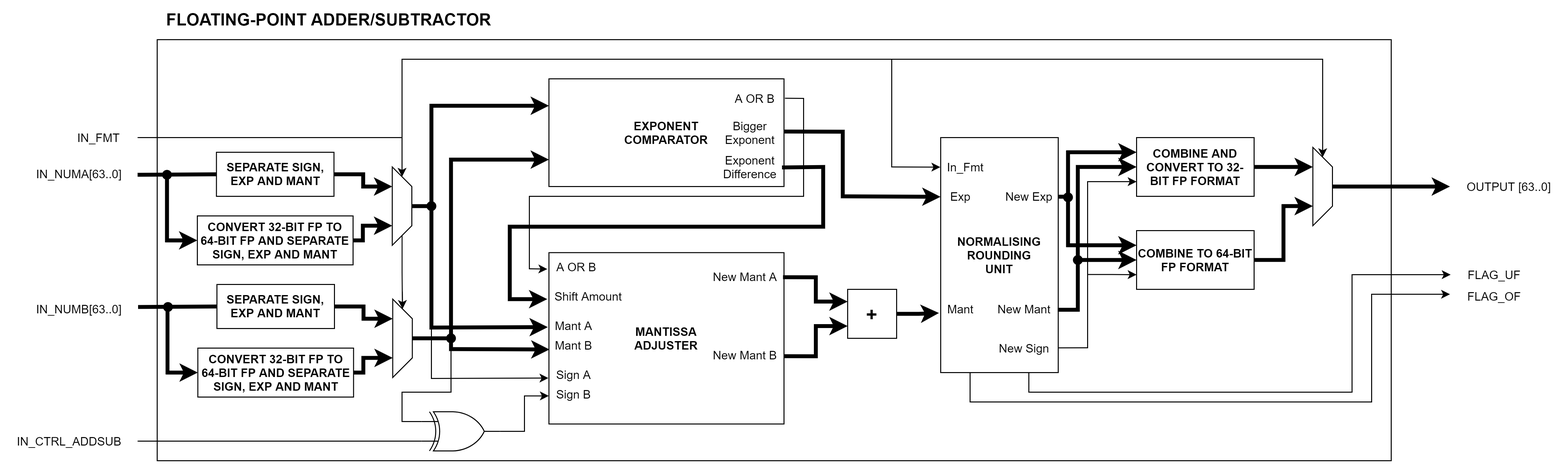
Earlier version of the draw.io export Diagrams/PNG_Format/FP_Unit/Floating-point-FP-Add-Sub.drawio.png (hohaicongthuan/Project-2). Source tidied: cells renumbered, new cells last; positions are measured from the earlier drawing's top-left corner, leaving out a move shared by most shapes.
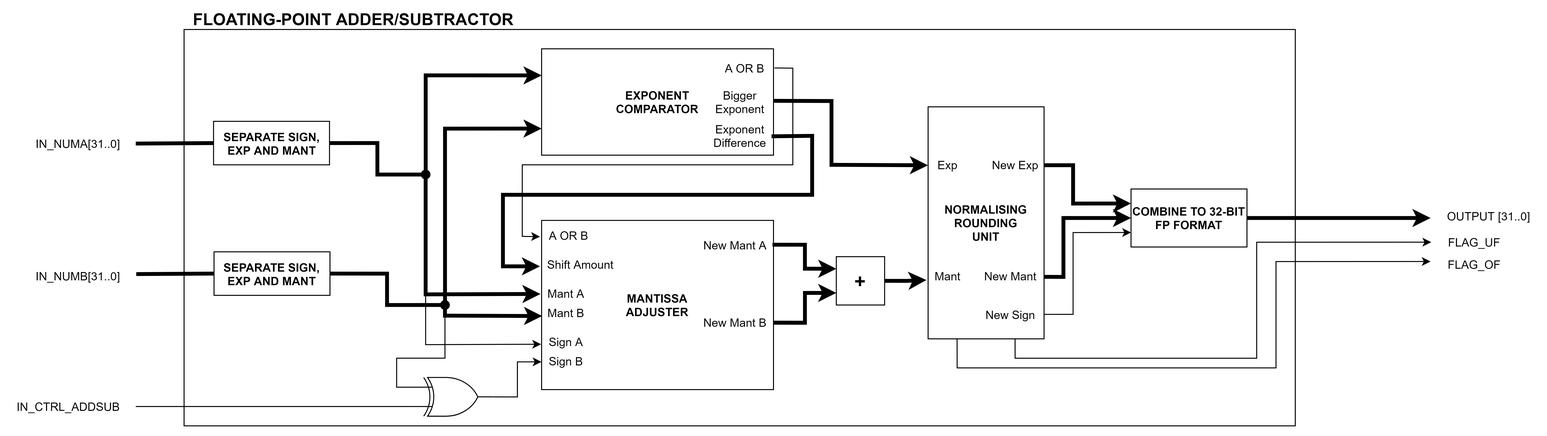
Above is the later version.

The edit, as a diff of the source:
```diff
@@ -3,52 +3,21 @@
     <mxCell id="0" />
     <mxCell id="1" parent="0" />
     <mxCell id="2" style="rounded=0;whiteSpace=wrap;html=1;fontSize=12;" parent="1" vertex="1">
-      <mxGeometry x="150" y="30" width="1260" height="430" as="geometry" />
+      <mxGeometry x="180" y="50" width="1150" height="410" as="geometry" />
     </mxCell>
     <mxCell id="3" value="&lt;font style=&quot;font-size: 17px&quot;&gt;&lt;b&gt;FLOATING-POINT ADDER/SUBTRACTOR&lt;/b&gt;&lt;/font&gt;" style="text;html=1;align=center;verticalAlign=middle;strokeColor=none;fillColor=none;" parent="1" vertex="1">
-      <mxGeometry x="150" width="350" height="20" as="geometry" />
+      <mxGeometry x="180" y="30" width="350" height="20" as="geometry" />
     </mxCell>
-    <mxCell id="4" style="endArrow=classic;html=1;rounded=0;edgeStyle=orthogonalEdgeStyle;strokeWidth=4;entryX=0.25;entryY=1;entryDx=0;entryDy=0;startArrow=none;" parent="1" edge="1" source="16" target="8">
-      <mxGeometry relative="1" as="geometry" />
-    </mxCell>
-    <mxCell id="5" style="edgeStyle=orthogonalEdgeStyle;rounded=0;jettySize=auto;html=1;exitX=0;exitY=0.5;exitDx=0;exitDy=0;strokeWidth=1;entryX=0;entryY=0.5;entryDx=0;entryDy=0;" parent="1" edge="1" target="8">
-      <mxGeometry relative="1" as="geometry">
-        <mxPoint x="130" y="130" as="sourcePoint" />
-      </mxGeometry>
-    </mxCell>
-    <mxCell id="6" style="edgeStyle=orthogonalEdgeStyle;rounded=0;jettySize=auto;html=1;exitX=1;exitY=0.5;exitDx=0;exitDy=0;entryX=0;entryY=0.5;entryDx=0;entryDy=0;" parent="1" edge="1" source="8" target="20">
-      <mxGeometry relative="1" as="geometry" />
-    </mxCell>
-    <mxCell id="7" style="edgeStyle=orthogonalEdgeStyle;rounded=0;jettySize=auto;html=1;exitX=0.5;exitY=0;exitDx=0;exitDy=0;entryX=0;entryY=0.25;entryDx=0;entryDy=0;strokeWidth=4;" parent="1" edge="1" source="8" target="12">
+    <mxCell id="7" style="edgeStyle=orthogonalEdgeStyle;rounded=0;jettySize=auto;html=1;exitX=1;exitY=0.5;exitDx=0;exitDy=0;entryX=0;entryY=0.25;entryDx=0;entryDy=0;strokeWidth=4;" parent="1" edge="1" source="16" target="12">
       <mxGeometry relative="1" as="geometry">
         <Array as="points">
+          <mxPoint x="380" y="168" />
+          <mxPoint x="380" y="200" />
           <mxPoint x="430" y="200" />
-          <mxPoint x="430" y="97" />
+          <mxPoint x="430" y="98" />
         </Array>
       </mxGeometry>
     </mxCell>
-    <mxCell id="8" style="shape=trapezoid;perimeter=trapezoidPerimeter;whiteSpace=wrap;html=1;fixedSize=1;direction=south;" parent="1" vertex="1">
-      <mxGeometry x="390" y="160" width="20" height="80" as="geometry" />
-    </mxCell>
-    <mxCell id="9" style="edgeStyle=orthogonalEdgeStyle;rounded=0;jettySize=auto;html=1;exitX=1;exitY=0.5;exitDx=0;exitDy=0;entryX=0.75;entryY=1;entryDx=0;entryDy=0;strokeWidth=4;" parent="1" edge="1" source="11" target="8">
-      <mxGeometry relative="1" as="geometry">
-        <Array as="points">
-          <mxPoint x="360" y="235" />
-          <mxPoint x="360" y="220" />
-        </Array>
-      </mxGeometry>
-    </mxCell>
-    <mxCell id="10" style="edgeStyle=orthogonalEdgeStyle;rounded=0;jettySize=auto;html=1;strokeWidth=4;entryX=0;entryY=0.5;entryDx=0;entryDy=0;" parent="1" edge="1" target="11">
-      <mxGeometry relative="1" as="geometry">
-        <mxPoint x="160" y="168" as="sourcePoint" />
-        <Array as="points">
-          <mxPoint x="160" y="235" />
-        </Array>
-      </mxGeometry>
-    </mxCell>
-    <mxCell id="11" value="&lt;b&gt;CONVERT 32-BIT FP TO 64-BIT FP AND SEPARATE SIGN, EXP AND MANT&lt;/b&gt;" style="rounded=0;whiteSpace=wrap;html=1;" parent="1" vertex="1">
-      <mxGeometry x="191" y="210" width="159" height="50" as="geometry" />
-    </mxCell>
     <mxCell id="12" value="&lt;b&gt;EXPONENT&lt;br&gt;COMPARATOR&lt;/b&gt;" style="rounded=0;whiteSpace=wrap;html=1;" parent="1" vertex="1">
       <mxGeometry x="550" y="70" width="240" height="110" as="geometry" />
     </mxCell>
@@ -73,39 +42,16 @@
         </Array>
       </mxGeometry>
     </mxCell>
-    <mxCell id="18" style="endArrow=classic;html=1;rounded=0;edgeStyle=orthogonalEdgeStyle;strokeWidth=4;entryX=0.25;entryY=1;entryDx=0;entryDy=0;startArrow=none;" parent="1" edge="1" source="24" target="20">
-      <mxGeometry relative="1" as="geometry" />
-    </mxCell>
-    <mxCell id="19" style="edgeStyle=orthogonalEdgeStyle;rounded=0;jettySize=auto;html=1;exitX=0.5;exitY=0;exitDx=0;exitDy=0;entryX=0;entryY=0.75;entryDx=0;entryDy=0;strokeWidth=4;" parent="1" edge="1" source="20" target="12">
+    <mxCell id="19" style="edgeStyle=orthogonalEdgeStyle;rounded=0;jettySize=auto;html=1;exitX=1;exitY=0.5;exitDx=0;exitDy=0;entryX=0;entryY=0.75;entryDx=0;entryDy=0;strokeWidth=4;" parent="1" edge="1" source="24" target="12">
       <mxGeometry relative="1" as="geometry">
         <Array as="points">
+          <mxPoint x="390" y="303" />
+          <mxPoint x="390" y="335" />
           <mxPoint x="450" y="335" />
           <mxPoint x="450" y="153" />
         </Array>
       </mxGeometry>
     </mxCell>
-    <mxCell id="20" style="shape=trapezoid;perimeter=trapezoidPerimeter;whiteSpace=wrap;html=1;fixedSize=1;direction=south;" parent="1" vertex="1">
-      <mxGeometry x="390.5" y="295" width="20" height="80" as="geometry" />
-    </mxCell>
-    <mxCell id="21" style="edgeStyle=orthogonalEdgeStyle;rounded=0;jettySize=auto;html=1;exitX=1;exitY=0.5;exitDx=0;exitDy=0;entryX=0.75;entryY=1;entryDx=0;entryDy=0;strokeWidth=4;" parent="1" edge="1" source="23" target="20">
-      <mxGeometry relative="1" as="geometry">
-        <Array as="points">
-          <mxPoint x="360.5" y="370" />
-          <mxPoint x="360.5" y="355" />
-        </Array>
-      </mxGeometry>
-    </mxCell>
-    <mxCell id="22" style="edgeStyle=orthogonalEdgeStyle;rounded=0;jettySize=auto;html=1;strokeWidth=4;entryX=0;entryY=0.5;entryDx=0;entryDy=0;" parent="1" edge="1" target="23">
-      <mxGeometry relative="1" as="geometry">
-        <mxPoint x="160.5" y="303" as="sourcePoint" />
-        <Array as="points">
-          <mxPoint x="160.5" y="370" />
-        </Array>
-      </mxGeometry>
-    </mxCell>
-    <mxCell id="23" value="&lt;b&gt;CONVERT 32-BIT FP TO 64-BIT FP AND SEPARATE SIGN, EXP AND MANT&lt;/b&gt;" style="rounded=0;whiteSpace=wrap;html=1;" parent="1" vertex="1">
-      <mxGeometry x="191.5" y="345" width="159" height="50" as="geometry" />
-    </mxCell>
     <mxCell id="24" value="&lt;b&gt;SEPARATE SIGN, EXP AND MANT&lt;/b&gt;" style="rounded=0;whiteSpace=wrap;html=1;" parent="1" vertex="1">
       <mxGeometry x="211" y="280" width="120" height="45" as="geometry" />
     </mxCell>
@@ -205,8 +151,8 @@
         <mxPoint x="1470.7" y="270" as="targetPoint" />
         <Array as="points">
           <mxPoint x="1040" y="390" />
-          <mxPoint x="1370" y="390" />
-          <mxPoint x="1370" y="270" />
+          <mxPoint x="1290" y="390" />
+          <mxPoint x="1290" y="270" />
         </Array>
       </mxGeometry>
     </mxCell>
@@ -215,8 +161,8 @@
         <mxPoint x="1470" y="290" as="targetPoint" />
         <Array as="points">
           <mxPoint x="980" y="400" />
-          <mxPoint x="1390" y="400" />
-          <mxPoint x="1390" y="290" />
+          <mxPoint x="1310" y="400" />
+          <mxPoint x="1310" y="290" />
         </Array>
       </mxGeometry>
     </mxCell>
@@ -272,8 +218,8 @@
     <mxCell id="57" style="edgeStyle=orthogonalEdgeStyle;rounded=0;jettySize=auto;html=1;exitX=1.01;exitY=0.521;exitDx=0;exitDy=0;entryX=0;entryY=0.25;entryDx=0;entryDy=0;fontSize=12;endArrow=classic;endFill=1;strokeWidth=4;exitPerimeter=0;" parent="1" edge="1" source="46" target="61">
       <mxGeometry relative="1" as="geometry">
         <Array as="points">
-          <mxPoint x="1080" y="190" />
-          <mxPoint x="1080" y="145" />
+          <mxPoint x="1100" y="190" />
+          <mxPoint x="1100" y="230" />
         </Array>
       </mxGeometry>
     </mxCell>
@@ -281,7 +227,7 @@
       <mxGeometry relative="1" as="geometry">
         <Array as="points">
           <mxPoint x="1090" y="306" />
-          <mxPoint x="1090" y="160" />
+          <mxPoint x="1090" y="245" />
         </Array>
       </mxGeometry>
     </mxCell>
@@ -289,71 +235,29 @@
       <mxGeometry relative="1" as="geometry">
         <Array as="points">
           <mxPoint x="1100" y="345" />
-          <mxPoint x="1100" y="175" />
+          <mxPoint x="1100" y="260" />
         </Array>
       </mxGeometry>
     </mxCell>
-    <mxCell id="60" style="edgeStyle=orthogonalEdgeStyle;rounded=0;jettySize=auto;html=1;exitX=1;exitY=0.5;exitDx=0;exitDy=0;entryX=0.25;entryY=1;entryDx=0;entryDy=0;fontSize=12;endArrow=classic;endFill=1;strokeWidth=4;" parent="1" edge="1" source="61" target="69">
-      <mxGeometry relative="1" as="geometry" />
+    <mxCell id="60" style="edgeStyle=orthogonalEdgeStyle;rounded=0;jettySize=auto;html=1;exitX=1;exitY=0.5;exitDx=0;exitDy=0;fontSize=12;endArrow=classic;endFill=1;strokeWidth=4;" parent="1" edge="1" source="61">
+      <mxGeometry relative="1" as="geometry">
+        <mxPoint x="1470" y="245" as="targetPoint" />
+      </mxGeometry>
     </mxCell>
-    <mxCell id="61" value="&lt;b&gt;COMBINE AND CONVERT TO 32-BIT FP FORMAT&lt;/b&gt;" style="rounded=0;whiteSpace=wrap;html=1;fontSize=12;" parent="1" vertex="1">
-      <mxGeometry x="1150" y="130" width="120" height="60" as="geometry" />
+    <mxCell id="61" value="&lt;b&gt;COMBINE TO 32-BIT FP FORMAT&lt;/b&gt;" style="rounded=0;whiteSpace=wrap;html=1;fontSize=12;" parent="1" vertex="1">
+      <mxGeometry x="1160" y="215" width="120" height="60" as="geometry" />
     </mxCell>
-    <mxCell id="62" style="edgeStyle=orthogonalEdgeStyle;rounded=0;jettySize=auto;html=1;exitX=0;exitY=0.25;exitDx=0;exitDy=0;fontSize=12;endArrow=classic;endFill=1;strokeWidth=4;entryX=0;entryY=0.25;entryDx=0;entryDy=0;" parent="1" edge="1" target="66">
-      <mxGeometry relative="1" as="geometry">
-        <mxPoint x="1080" y="190" as="sourcePoint" />
-        <Array as="points">
-          <mxPoint x="1080" y="240" />
-        </Array>
-      </mxGeometry>
-    </mxCell>
-    <mxCell id="63" style="edgeStyle=orthogonalEdgeStyle;rounded=0;jettySize=auto;html=1;exitX=0;exitY=0.5;exitDx=0;exitDy=0;fontSize=12;endArrow=classic;endFill=1;strokeWidth=4;entryX=0;entryY=0.5;entryDx=0;entryDy=0;" parent="1" edge="1" target="66">
-      <mxGeometry relative="1" as="geometry">
-        <mxPoint x="1090" y="255" as="sourcePoint" />
-      </mxGeometry>
-    </mxCell>
-    <mxCell id="64" style="edgeStyle=orthogonalEdgeStyle;rounded=0;jettySize=auto;html=1;exitX=0;exitY=0.75;exitDx=0;exitDy=0;fontSize=12;endArrow=classic;endFill=1;strokeWidth=1;entryX=0;entryY=0.75;entryDx=0;entryDy=0;" parent="1" edge="1" target="66">
-      <mxGeometry relative="1" as="geometry">
-        <mxPoint x="1100" y="269.9" as="sourcePoint" />
-      </mxGeometry>
-    </mxCell>
-    <mxCell id="65" style="edgeStyle=orthogonalEdgeStyle;rounded=0;jettySize=auto;html=1;exitX=1;exitY=0.5;exitDx=0;exitDy=0;entryX=0.75;entryY=1;entryDx=0;entryDy=0;fontSize=12;endArrow=classic;endFill=1;strokeWidth=4;" parent="1" edge="1" source="66" target="69">
-      <mxGeometry relative="1" as="geometry" />
-    </mxCell>
-    <mxCell id="66" value="&lt;b&gt;COMBINE TO 64-BIT FP FORMAT&lt;/b&gt;" style="rounded=0;whiteSpace=wrap;html=1;fontSize=12;" parent="1" vertex="1">
-      <mxGeometry x="1150" y="225" width="120" height="60" as="geometry" />
-    </mxCell>
-    <mxCell id="67" style="edgeStyle=orthogonalEdgeStyle;rounded=0;jettySize=auto;html=1;exitX=0;exitY=0.5;exitDx=0;exitDy=0;fontSize=12;endArrow=classic;endFill=1;strokeWidth=1;entryX=0;entryY=0.5;entryDx=0;entryDy=0;" parent="1" edge="1" target="69">
-      <mxGeometry relative="1" as="geometry">
-        <mxPoint x="400" y="130" as="sourcePoint" />
-        <Array as="points">
-          <mxPoint x="400" y="50" />
-          <mxPoint x="1340" y="50" />
-        </Array>
-      </mxGeometry>
-    </mxCell>
-    <mxCell id="68" style="edgeStyle=orthogonalEdgeStyle;rounded=0;jettySize=auto;html=1;exitX=0.5;exitY=0;exitDx=0;exitDy=0;fontSize=12;endArrow=classic;endFill=1;strokeWidth=4;" parent="1" edge="1" source="69">
-      <mxGeometry relative="1" as="geometry">
-        <mxPoint x="1470" y="180" as="targetPoint" />
-      </mxGeometry>
-    </mxCell>
-    <mxCell id="69" style="shape=trapezoid;perimeter=trapezoidPerimeter;whiteSpace=wrap;html=1;fixedSize=1;direction=south;" parent="1" vertex="1">
-      <mxGeometry x="1330" y="140" width="20" height="80" as="geometry" />
-    </mxCell>
-    <mxCell id="70" value="IN_FMT" style="text;html=1;align=center;verticalAlign=middle;strokeColor=none;fillColor=none;fontSize=12;" parent="1" vertex="1">
-      <mxGeometry x="60" y="120" width="60" height="20" as="geometry" />
-    </mxCell>
-    <mxCell id="71" value="IN_NUMA[63..0]" style="text;html=1;align=center;verticalAlign=middle;strokeColor=none;fillColor=none;fontSize=12;" parent="1" vertex="1">
+    <mxCell id="71" value="IN_NUMA[31..0]" style="text;html=1;align=center;verticalAlign=middle;strokeColor=none;fillColor=none;fontSize=12;" parent="1" vertex="1">
       <mxGeometry x="20" y="157.5" width="100" height="20" as="geometry" />
     </mxCell>
-    <mxCell id="72" value="IN_NUMB[63..0]" style="text;html=1;align=center;verticalAlign=middle;strokeColor=none;fillColor=none;fontSize=12;" parent="1" vertex="1">
+    <mxCell id="72" value="IN_NUMB[31..0]" style="text;html=1;align=center;verticalAlign=middle;strokeColor=none;fillColor=none;fontSize=12;" parent="1" vertex="1">
       <mxGeometry x="20" y="295" width="100" height="20" as="geometry" />
     </mxCell>
     <mxCell id="73" value="IN_CTRL_ADDSUB" style="text;html=1;align=center;verticalAlign=middle;strokeColor=none;fillColor=none;fontSize=12;" parent="1" vertex="1">
       <mxGeometry y="430" width="120" height="20" as="geometry" />
     </mxCell>
-    <mxCell id="74" value="OUTPUT [63..0]" style="text;html=1;align=center;verticalAlign=middle;strokeColor=none;fillColor=none;fontSize=12;" parent="1" vertex="1">
-      <mxGeometry x="1480" y="170" width="100" height="20" as="geometry" />
+    <mxCell id="74" value="OUTPUT [31..0]" style="text;html=1;align=center;verticalAlign=middle;strokeColor=none;fillColor=none;fontSize=12;" parent="1" vertex="1">
+      <mxGeometry x="1480" y="232.5" width="100" height="20" as="geometry" />
     </mxCell>
     <mxCell id="75" value="FLAG_UF" style="text;html=1;align=center;verticalAlign=middle;strokeColor=none;fillColor=none;fontSize=12;" parent="1" vertex="1">
       <mxGeometry x="1480" y="260" width="70" height="20" as="geometry" />
@@ -361,34 +265,11 @@
     <mxCell id="76" value="FLAG_OF" style="text;html=1;align=center;verticalAlign=middle;strokeColor=none;fillColor=none;fontSize=12;" parent="1" vertex="1">
       <mxGeometry x="1480" y="282.5" width="70" height="20" as="geometry" />
     </mxCell>
-    <mxCell id="77" style="ellipse;whiteSpace=wrap;html=1;fontSize=12;fillColor=#000000;strokeColor=none;" parent="1" vertex="1">
-      <mxGeometry x="156" y="298" width="10" height="10" as="geometry" />
-    </mxCell>
-    <mxCell id="78" style="ellipse;whiteSpace=wrap;html=1;fontSize=12;fillColor=#000000;strokeColor=none;" parent="1" vertex="1">
-      <mxGeometry x="155" y="163" width="10" height="10" as="geometry" />
-    </mxCell>
     <mxCell id="79" style="ellipse;whiteSpace=wrap;html=1;fontSize=12;fillColor=#000000;strokeColor=none;" parent="1" vertex="1">
       <mxGeometry x="425" y="195" width="10" height="10" as="geometry" />
     </mxCell>
     <mxCell id="80" style="ellipse;whiteSpace=wrap;html=1;fontSize=12;fillColor=#000000;strokeColor=none;" parent="1" vertex="1">
       <mxGeometry x="445" y="330" width="10" height="10" as="geometry" />
     </mxCell>
-    <mxCell id="81" style="ellipse;whiteSpace=wrap;html=1;fontSize=12;fillColor=#000000;strokeColor=none;" parent="1" vertex="1">
-      <mxGeometry x="1075" y="186" width="10" height="10" as="geometry" />
-    </mxCell>
-    <mxCell id="82" style="ellipse;whiteSpace=wrap;html=1;fontSize=12;fillColor=#000000;strokeColor=none;" parent="1" vertex="1">
-      <mxGeometry x="1085" y="250" width="10" height="10" as="geometry" />
-    </mxCell>
-    <mxCell id="83" value="In_Fmt" style="text;html=1;align=center;verticalAlign=middle;points=[];strokeColor=none;fillColor=none;" parent="1" vertex="1">
-      <mxGeometry x="950" y="150" width="50" height="20" as="geometry" />
-    </mxCell>
-    <mxCell id="84" style="endArrow=classic;html=1;rounded=0;fontSize=12;strokeWidth=1;entryX=-0.008;entryY=0.509;entryDx=0;entryDy=0;entryPerimeter=0;" parent="1" edge="1" target="83">
-      <mxGeometry relative="1" as="geometry">
-        <mxPoint x="900" y="50" as="sourcePoint" />
-        <Array as="points">
-          <mxPoint x="900" y="160" />
-        </Array>
-      </mxGeometry>
-    </mxCell>
   </root>
 </mxGraphModel>
```
